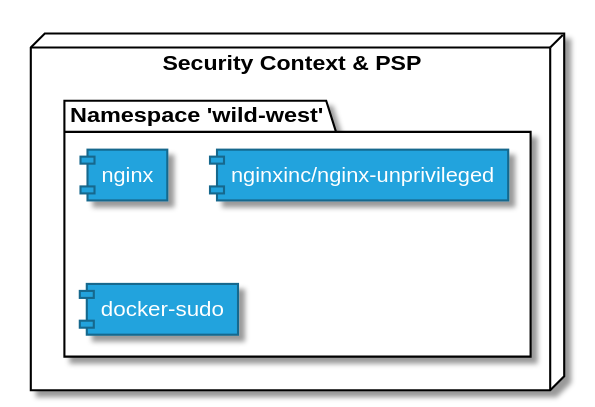
Before: images/demo-sec-ctx.svg, a diagram exported from PlantUML (cloudogu/k8s-appops-security-talks).
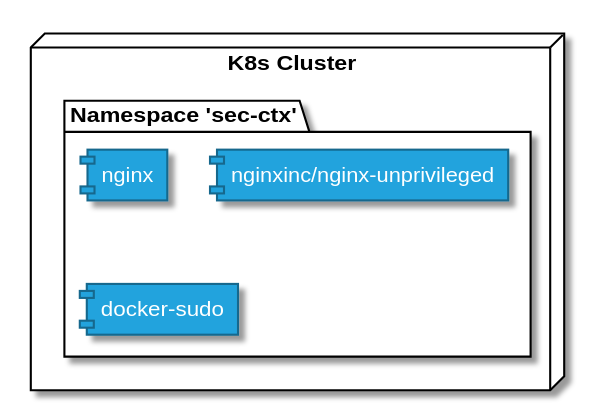
Above is the later version.

What changed in the source:
```diff
@@ -15,9 +15,9 @@
 }
 
 
-node "Security Context & PSP" {
+node "K8s Cluster" {
 
-  package "Namespace 'wild-west'"  {
+  package "Namespace 'sec-ctx'"  {
     [nginx]
     [nginxinc/nginx-unprivileged]
     [docker-sudo]
```
